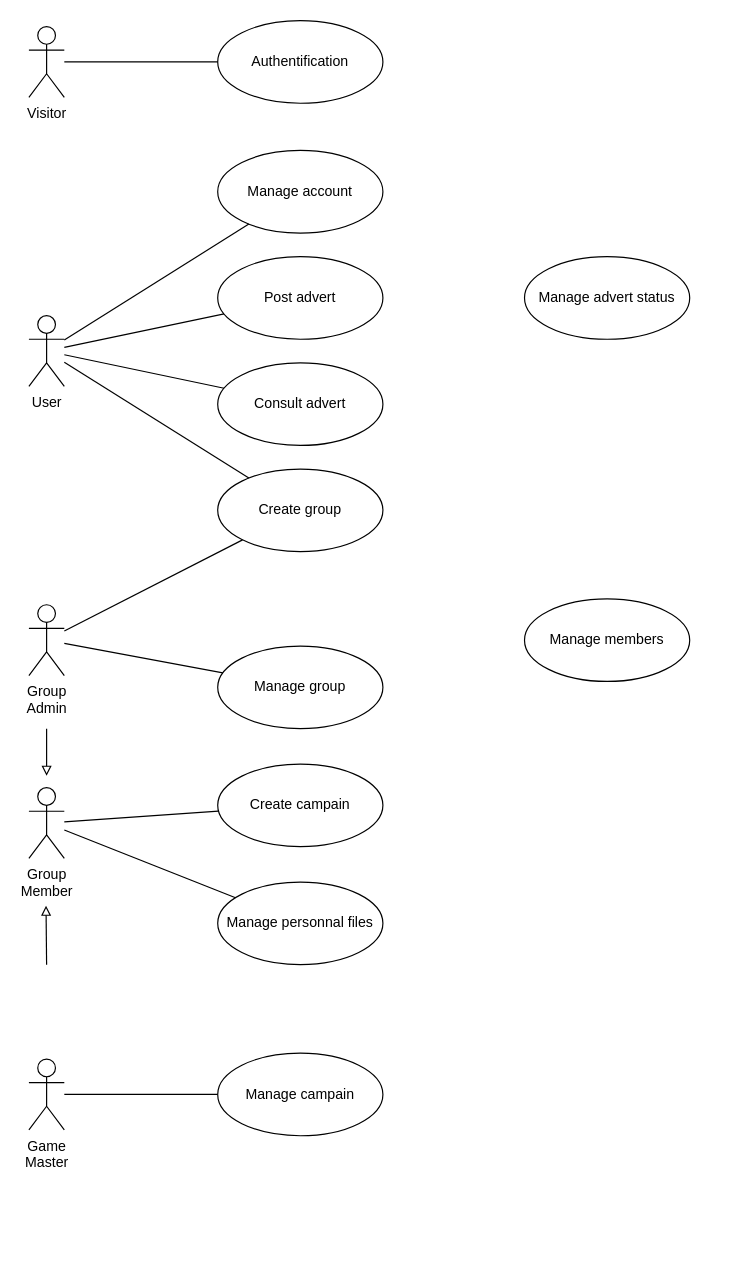
Above: page "UC" (2 of 3) of Documentation/Diagrames.drawio in ThreeLeggedDuckling/I3WAD_SymfonyProject (draw.io), before the change. Source tidied: cells renumbered, new cells numbered last; positions are measured from the earlier drawing's top-left corner, leaving out a move shared by most shapes. Both pictures are drawn from the tidied source at 118%, with x=0, y=0 at pixel (28, 20).
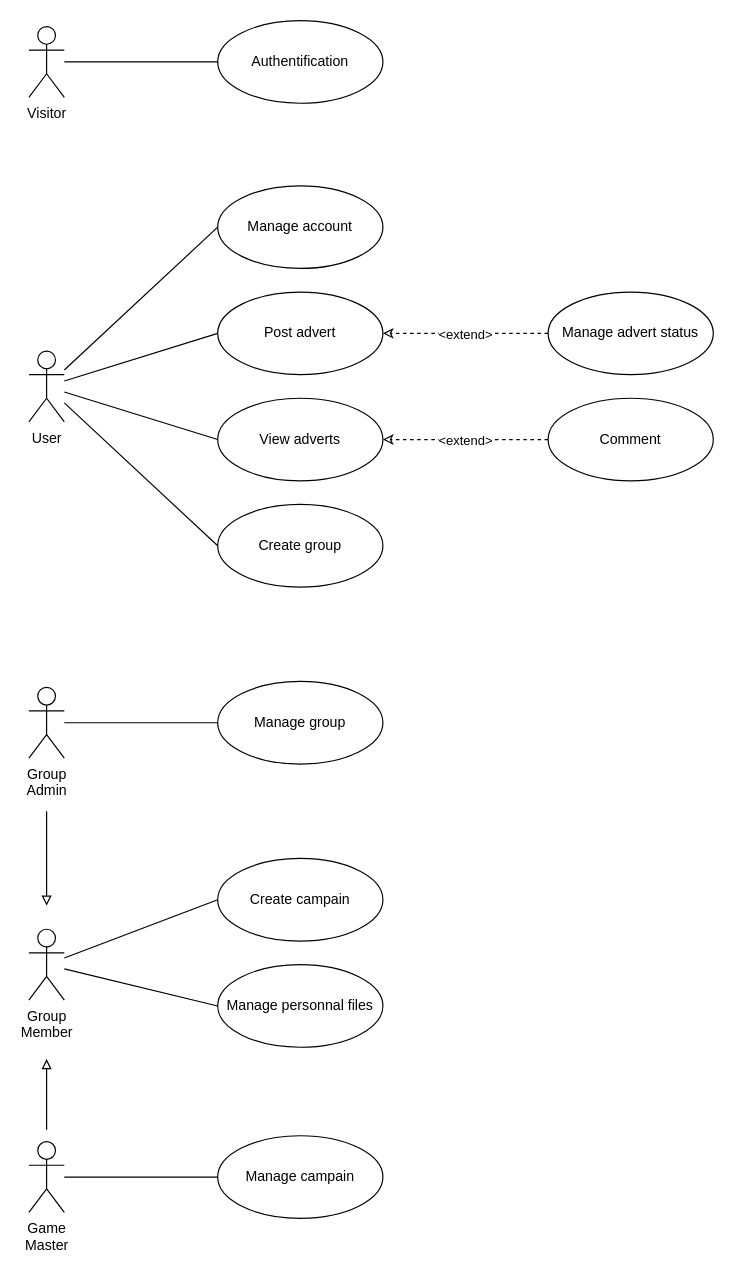
After the change.

The edit, as a diff of the source:
```diff
@@
     <mxCell id="3" value="User" style="shape=umlActor;verticalLabelPosition=bottom;verticalAlign=top;html=1;" parent="1" vertex="1">
-      <mxGeometry y="250" width="30" height="60" as="geometry" />
+      <mxGeometry y="280" width="30" height="60" as="geometry" />
     </mxCell>
     <mxCell id="4" value="Group&lt;div&gt;Member&lt;/div&gt;" style="shape=umlActor;verticalLabelPosition=bottom;verticalAlign=top;html=1;" parent="1" vertex="1">
-      <mxGeometry y="650" width="30" height="60" as="geometry" />
+      <mxGeometry y="770" width="30" height="60" as="geometry" />
     </mxCell>
     <mxCell id="5" value="Group&lt;div&gt;Admin&lt;/div&gt;" style="shape=umlActor;verticalLabelPosition=bottom;verticalAlign=top;html=1;" parent="1" vertex="1">
-      <mxGeometry y="495" width="30" height="60" as="geometry" />
+      <mxGeometry y="565" width="30" height="60" as="geometry" />
     </mxCell>
@@
     <mxCell id="7" value="Manage account" style="ellipse;whiteSpace=wrap;html=1;" parent="1" vertex="1">
-      <mxGeometry x="160" y="110" width="140" height="70" as="geometry" />
+      <mxGeometry x="160" y="140" width="140" height="70" as="geometry" />
     </mxCell>
     <mxCell id="8" value="Post advert" style="ellipse;whiteSpace=wrap;html=1;" parent="1" vertex="1">
-      <mxGeometry x="160" y="200" width="140" height="70" as="geometry" />
+      <mxGeometry x="160" y="230" width="140" height="70" as="geometry" />
     </mxCell>
-    <mxCell id="9" value="Consult advert" style="ellipse;whiteSpace=wrap;html=1;" parent="1" vertex="1">
-      <mxGeometry x="160" y="290" width="140" height="70" as="geometry" />
+    <mxCell id="9" value="View adverts" style="ellipse;whiteSpace=wrap;html=1;" parent="1" vertex="1">
+      <mxGeometry x="160" y="320" width="140" height="70" as="geometry" />
     </mxCell>
@@
-    <mxCell id="11" style="endArrow=none;html=1;rounded=0;" parent="1" edge="1" source="3" target="7">
+    <mxCell id="11" style="endArrow=none;html=1;rounded=0;entryX=0;entryY=0.5;entryDx=0;entryDy=0;" parent="1" edge="1" source="3" target="7">
       <mxGeometry relative="1" as="geometry" />
     </mxCell>
-    <mxCell id="12" style="endArrow=none;html=1;rounded=0;" parent="1" edge="1" source="3" target="8">
+    <mxCell id="12" style="endArrow=none;html=1;rounded=0;entryX=0;entryY=0.5;entryDx=0;entryDy=0;" parent="1" edge="1" source="3" target="8">
       <mxGeometry relative="1" as="geometry" />
     </mxCell>
-    <mxCell id="13" style="endArrow=none;html=1;rounded=0;" parent="1" edge="1" source="3" target="9">
+    <mxCell id="13" style="endArrow=none;html=1;rounded=0;entryX=0;entryY=0.5;entryDx=0;entryDy=0;" parent="1" edge="1" source="3" target="9">
       <mxGeometry relative="1" as="geometry" />
     </mxCell>
     <mxCell id="14" value="Create group" style="ellipse;whiteSpace=wrap;html=1;" parent="1" vertex="1">
-      <mxGeometry x="160" y="380" width="140" height="70" as="geometry" />
+      <mxGeometry x="160" y="410" width="140" height="70" as="geometry" />
     </mxCell>
-    <mxCell id="15" style="endArrow=none;html=1;rounded=0;" parent="1" edge="1" source="3" target="14">
+    <mxCell id="15" style="endArrow=none;html=1;rounded=0;entryX=0;entryY=0.5;entryDx=0;entryDy=0;" parent="1" edge="1" source="3" target="14">
       <mxGeometry relative="1" as="geometry" />
     </mxCell>
     <mxCell id="16" value="Manage group" style="ellipse;whiteSpace=wrap;html=1;" parent="1" vertex="1">
-      <mxGeometry x="160" y="530" width="140" height="70" as="geometry" />
+      <mxGeometry x="160" y="560" width="140" height="70" as="geometry" />
     </mxCell>
     <mxCell id="17" value="Manage advert status" style="ellipse;whiteSpace=wrap;html=1;" parent="1" vertex="1">
-      <mxGeometry x="420" y="200" width="140" height="70" as="geometry" />
+      <mxGeometry x="440" y="230" width="140" height="70" as="geometry" />
     </mxCell>
-    <mxCell id="18" value="Manage members" style="ellipse;whiteSpace=wrap;html=1;" parent="1" vertex="1">
-      <mxGeometry x="420" y="490" width="140" height="70" as="geometry" />
-    </mxCell>
@@
-    <mxCell id="20" style="endArrow=none;html=1;rounded=0;" parent="1" edge="1" source="5" target="14">
-      <mxGeometry relative="1" as="geometry" />
-    </mxCell>
     <mxCell id="21" value="Create campain" style="ellipse;whiteSpace=wrap;html=1;" parent="1" vertex="1">
-      <mxGeometry x="160" y="630" width="140" height="70" as="geometry" />
+      <mxGeometry x="160" y="710" width="140" height="70" as="geometry" />
     </mxCell>
     <mxCell id="22" value="Manage personnal files" style="ellipse;whiteSpace=wrap;html=1;" parent="1" vertex="1">
-      <mxGeometry x="160" y="730" width="140" height="70" as="geometry" />
+      <mxGeometry x="160" y="800" width="140" height="70" as="geometry" />
     </mxCell>
     <mxCell id="23" style="endArrow=block;html=1;rounded=0;endFill=0;" parent="1" edge="1">
       <mxGeometry relative="1" as="geometry">
-        <mxPoint x="15" y="600" as="sourcePoint" />
-        <mxPoint x="15" y="640" as="targetPoint" />
+        <mxPoint x="15" y="670" as="sourcePoint" />
+        <mxPoint x="15" y="750" as="targetPoint" />
       </mxGeometry>
     </mxCell>
-    <mxCell id="24" style="endArrow=none;html=1;rounded=0;" parent="1" edge="1" source="4" target="21">
+    <mxCell id="24" style="endArrow=none;html=1;rounded=0;entryX=0;entryY=0.5;entryDx=0;entryDy=0;" parent="1" edge="1" source="4" target="21">
       <mxGeometry relative="1" as="geometry" />
     </mxCell>
-    <mxCell id="25" style="endArrow=none;html=1;rounded=0;" parent="1" edge="1" source="4" target="22">
+    <mxCell id="25" style="endArrow=none;html=1;rounded=0;entryX=0;entryY=0.5;entryDx=0;entryDy=0;" parent="1" edge="1" source="4" target="22">
       <mxGeometry relative="1" as="geometry" />
     </mxCell>
     <mxCell id="26" value="Game&lt;div&gt;Master&lt;/div&gt;" style="shape=umlActor;verticalLabelPosition=bottom;verticalAlign=top;html=1;" parent="1" vertex="1">
-      <mxGeometry y="880" width="30" height="60" as="geometry" />
+      <mxGeometry y="950" width="30" height="60" as="geometry" />
     </mxCell>
     <mxCell id="27" style="endArrow=block;html=1;rounded=0;endFill=0;" parent="1" edge="1">
       <mxGeometry relative="1" as="geometry">
-        <mxPoint x="15" y="800" as="sourcePoint" />
-        <mxPoint x="14.5" y="750" as="targetPoint" />
+        <mxPoint x="15" y="940" as="sourcePoint" />
+        <mxPoint x="15" y="880" as="targetPoint" />
       </mxGeometry>
     </mxCell>
     <mxCell id="28" value="Manage campain" style="ellipse;whiteSpace=wrap;html=1;" parent="1" vertex="1">
-      <mxGeometry x="160" y="875" width="140" height="70" as="geometry" />
+      <mxGeometry x="160" y="945" width="140" height="70" as="geometry" />
     </mxCell>
@@
+    <mxCell id="30" value="Comment" style="ellipse;whiteSpace=wrap;html=1;" parent="1" vertex="1">
+      <mxGeometry x="440" y="320" width="140" height="70" as="geometry" />
+    </mxCell>
+    <mxCell id="31" style="endArrow=classic;html=1;rounded=0;dashed=1;endFill=0;" parent="1" edge="1" source="30" target="9">
+      <mxGeometry relative="1" as="geometry" />
+    </mxCell>
+    <mxCell id="32" value="&amp;lt;extend&amp;gt;" style="edgeLabel;html=1;align=center;verticalAlign=middle;" parent="31" vertex="1">
+      <mxGeometry x="0.01" relative="1" as="geometry" />
+    </mxCell>
+    <mxCell id="33" style="endArrow=classic;html=1;rounded=0;dashed=1;endFill=0;" parent="1" edge="1" source="17" target="8">
+      <mxGeometry relative="1" as="geometry" />
+    </mxCell>
+    <mxCell id="34" value="&amp;lt;extend&amp;gt;" style="edgeLabel;html=1;align=center;verticalAlign=middle;" parent="33" vertex="1">
+      <mxGeometry x="0.01" relative="1" as="geometry" />
+    </mxCell>
```
